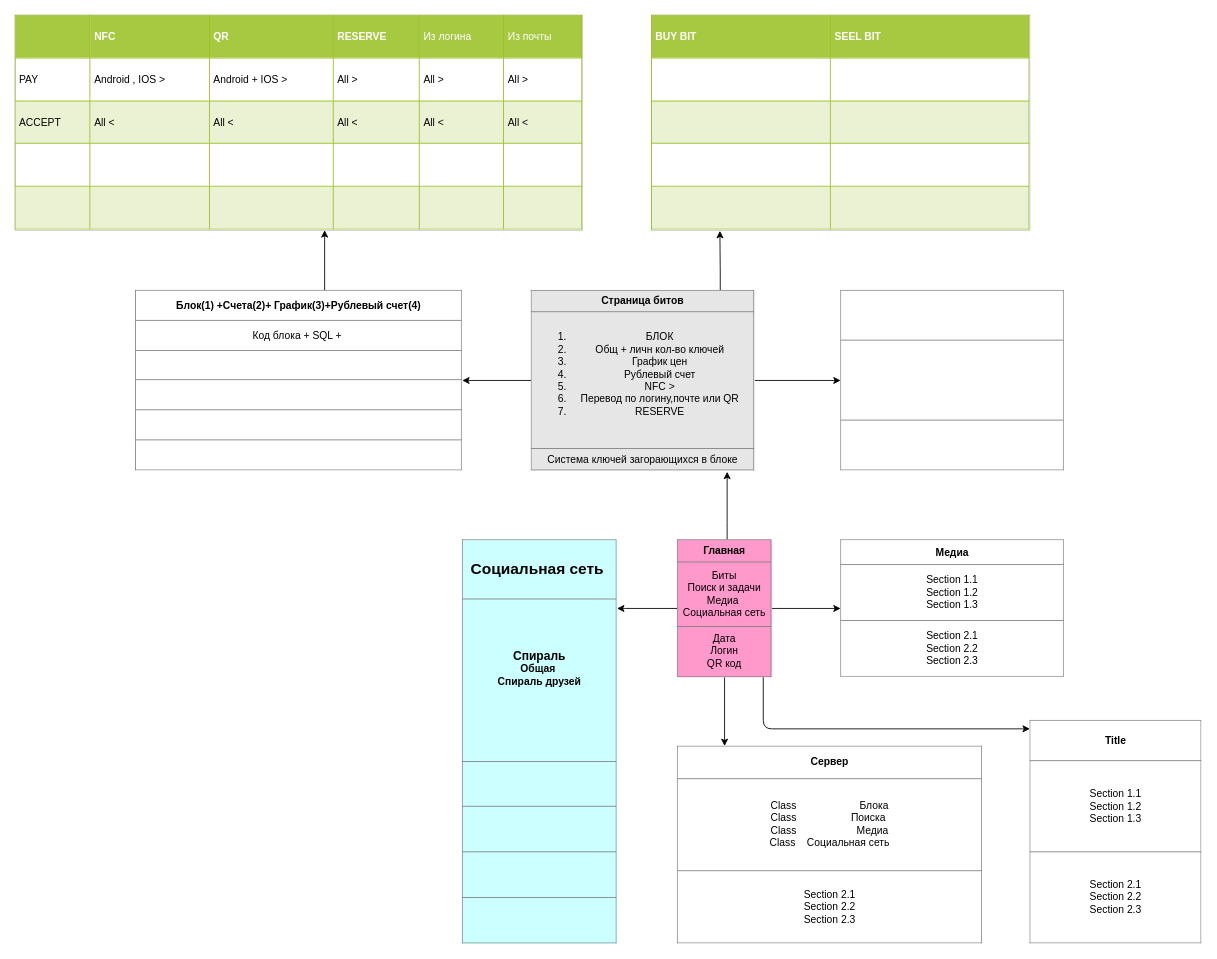
The draw.io diagram page "Page-1" (1 of 2) of Untitled Diagram.drawio in Process64/Project-Euler, before the edit. Source tidied: cells renumbered, new cells numbered last; positions are measured from the earlier drawing's top-left corner, leaving out a move shared by most shapes. Both pictures are drawn from the tidied source at 86%, with x=0, y=0 at pixel (15, 15).
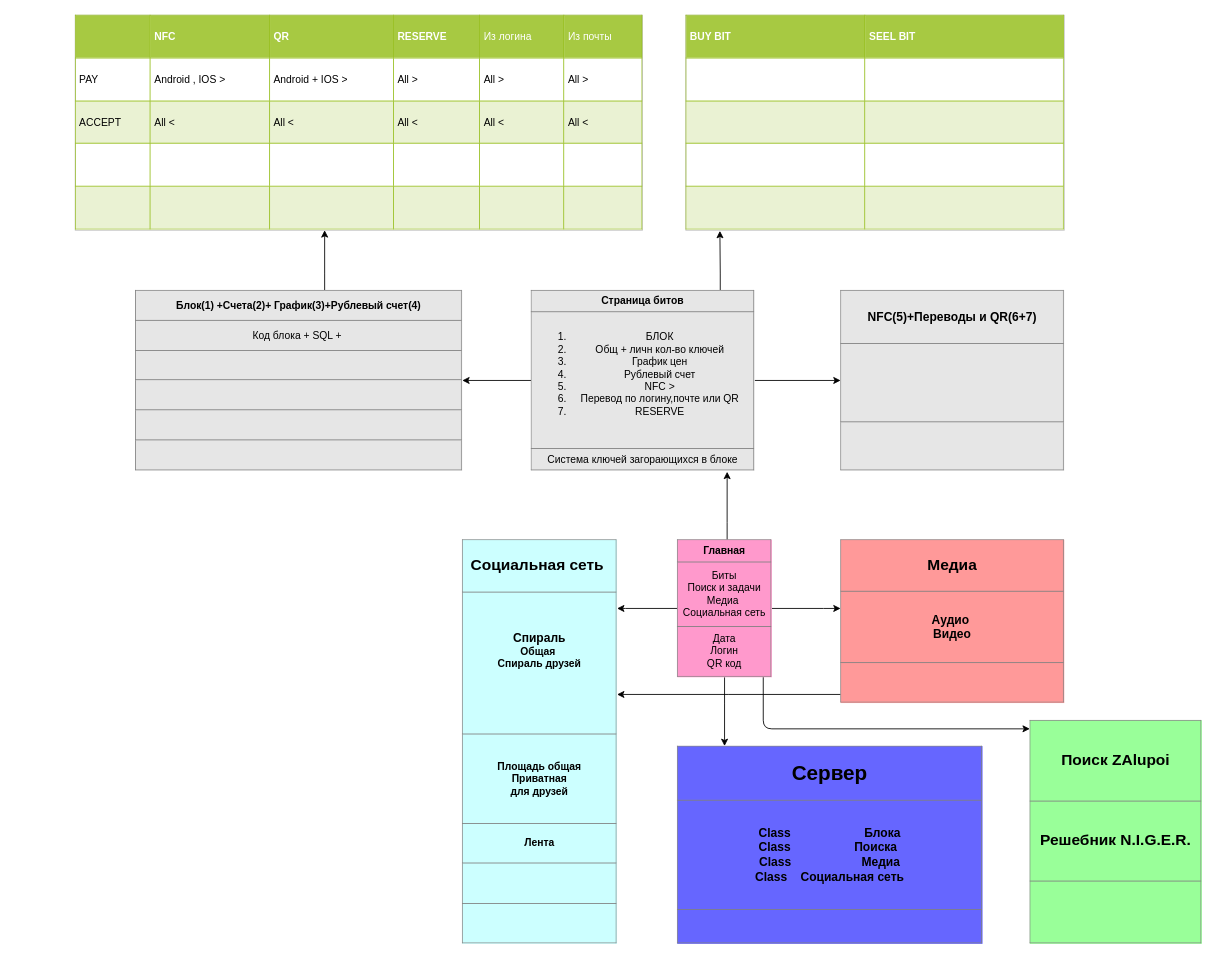
The same page after the edit.

Unchanged cells that the change refers to:
```xml
<mxCell id="6" value="&lt;table border=&quot;1&quot; width=&quot;100%&quot; cellpadding=&quot;4&quot; style=&quot;width: 100% ; height: 100% ; border-collapse: collapse&quot;&gt;&lt;tbody&gt;&lt;tr&gt;&lt;th align=&quot;center&quot;&gt;Главная&lt;/th&gt;&lt;/tr&gt;&lt;tr&gt;&lt;td align=&quot;center&quot;&gt;Биты&lt;br&gt;Поиск и задачи&lt;br&gt;Медиа&amp;nbsp;&lt;br&gt;Социальная сеть&lt;/td&gt;&lt;/tr&gt;&lt;tr&gt;&lt;td align=&quot;center&quot;&gt;Дата&lt;br&gt;Логин&lt;br&gt;QR код&lt;br&gt;&lt;/td&gt;&lt;/tr&gt;&lt;/tbody&gt;&lt;/table&gt;" style="text;html=1;strokeColor=none;fillColor=#FF99CC;overflow=fill;" parent="1" vertex="1">
  <mxGeometry x="770" y="610" width="110" height="160" as="geometry" />
</mxCell>
```

Change to the diagram source:
```diff
@@
     <mxCell id="5" style="edgeStyle=orthogonalEdgeStyle;rounded=0;jettySize=auto;html=1;fillColor=#E6E6E6;" parent="1" edge="1" source="6" target="18">
-      <mxGeometry relative="1" as="geometry" />
+      <mxGeometry relative="1" as="geometry">
+        <Array as="points">
+          <mxPoint x="940" y="690" />
+          <mxPoint x="940" y="690" />
+        </Array>
+      </mxGeometry>
     </mxCell>
@@
-    <mxCell id="11" value="&lt;table border=&quot;1&quot; width=&quot;100%&quot; cellpadding=&quot;4&quot; style=&quot;width: 100% ; height: 100% ; border-collapse: collapse&quot; align=&quot;left&quot;&gt;&lt;tbody&gt;&lt;tr&gt;&lt;th align=&quot;center&quot;&gt;&lt;br&gt;&lt;/th&gt;&lt;/tr&gt;&lt;tr&gt;&lt;td align=&quot;center&quot;&gt;&lt;div&gt;&lt;br&gt;&lt;/div&gt;&lt;br&gt;&lt;/td&gt;&lt;/tr&gt;&lt;tr&gt;&lt;td align=&quot;center&quot;&gt;&lt;br&gt;&lt;/td&gt;&lt;/tr&gt;&lt;/tbody&gt;&lt;/table&gt;" style="text;html=1;strokeColor=none;fillColor=none;overflow=fill;" parent="1" vertex="1">
+    <mxCell id="11" value="&lt;table border=&quot;1&quot; width=&quot;100%&quot; cellpadding=&quot;4&quot; style=&quot;width: 100% ; height: 100% ; border-collapse: collapse&quot; align=&quot;left&quot;&gt;&lt;tbody&gt;&lt;tr&gt;&lt;th align=&quot;center&quot;&gt;&lt;font style=&quot;font-size: 14px&quot;&gt;NFC(5)+Переводы и QR(6+7)&lt;/font&gt;&lt;/th&gt;&lt;/tr&gt;&lt;tr&gt;&lt;td align=&quot;center&quot;&gt;&lt;div&gt;&lt;br&gt;&lt;/div&gt;&lt;br&gt;&lt;/td&gt;&lt;/tr&gt;&lt;tr&gt;&lt;td align=&quot;center&quot;&gt;&lt;br&gt;&lt;/td&gt;&lt;/tr&gt;&lt;/tbody&gt;&lt;/table&gt;" style="text;html=1;strokeColor=none;fillColor=#E6E6E6;overflow=fill;" parent="1" vertex="1">
       <mxGeometry x="960" y="319.8" width="260" height="210.2" as="geometry" />
     </mxCell>
@@
-    <mxCell id="13" value="&lt;table border=&quot;1&quot; width=&quot;100%&quot; cellpadding=&quot;4&quot; style=&quot;width: 100% ; height: 100% ; border-collapse: collapse&quot;&gt;&lt;tbody&gt;&lt;tr&gt;&lt;th align=&quot;center&quot;&gt;Блок(1) +Счета(2)+ График(3)+Рублевый счет(4)&lt;/th&gt;&lt;/tr&gt;&lt;tr&gt;&lt;td align=&quot;center&quot;&gt;Код блока + SQL +&amp;nbsp;&lt;/td&gt;&lt;/tr&gt;&lt;tr&gt;&lt;td style=&quot;text-align: center&quot;&gt;&lt;br&gt;&lt;/td&gt;&lt;/tr&gt;&lt;tr&gt;&lt;td&gt;&lt;br&gt;&lt;/td&gt;&lt;/tr&gt;&lt;tr&gt;&lt;td&gt;&lt;br&gt;&lt;/td&gt;&lt;/tr&gt;&lt;tr&gt;&lt;td&gt;&lt;br&gt;&lt;/td&gt;&lt;/tr&gt;&lt;/tbody&gt;&lt;/table&gt;" style="text;html=1;strokeColor=none;fillColor=none;overflow=fill;" parent="1" vertex="1">
+    <mxCell id="13" value="&lt;table border=&quot;1&quot; width=&quot;100%&quot; cellpadding=&quot;4&quot; style=&quot;width: 100% ; height: 100% ; border-collapse: collapse&quot;&gt;&lt;tbody&gt;&lt;tr&gt;&lt;th align=&quot;center&quot;&gt;Блок(1) +Счета(2)+ График(3)+Рублевый счет(4)&lt;/th&gt;&lt;/tr&gt;&lt;tr&gt;&lt;td align=&quot;center&quot;&gt;Код блока + SQL +&amp;nbsp;&lt;/td&gt;&lt;/tr&gt;&lt;tr&gt;&lt;td style=&quot;text-align: center&quot;&gt;&lt;br&gt;&lt;/td&gt;&lt;/tr&gt;&lt;tr&gt;&lt;td&gt;&lt;br&gt;&lt;/td&gt;&lt;/tr&gt;&lt;tr&gt;&lt;td&gt;&lt;br&gt;&lt;/td&gt;&lt;/tr&gt;&lt;tr&gt;&lt;td&gt;&lt;br&gt;&lt;/td&gt;&lt;/tr&gt;&lt;/tbody&gt;&lt;/table&gt;" style="text;html=1;strokeColor=none;fillColor=#E6E6E6;overflow=fill;" parent="1" vertex="1">
       <mxGeometry x="140" y="319.8" width="380" height="210.2" as="geometry" />
     </mxCell>
-    <mxCell id="14" value="&lt;table border=&quot;1&quot; width=&quot;100%&quot; cellpadding=&quot;4&quot; style=&quot;width: 100% ; height: 100% ; border-collapse: collapse&quot;&gt;&lt;tbody&gt;&lt;tr&gt;&lt;th align=&quot;center&quot;&gt;Сервер&lt;/th&gt;&lt;/tr&gt;&lt;tr&gt;&lt;td align=&quot;center&quot;&gt;Class&amp;nbsp; &amp;nbsp; &amp;nbsp; &amp;nbsp; &amp;nbsp; &amp;nbsp; &amp;nbsp; &amp;nbsp; &amp;nbsp; &amp;nbsp; &amp;nbsp; Блока&lt;br&gt;Class&amp;nbsp; &amp;nbsp; &amp;nbsp; &amp;nbsp; &amp;nbsp; &amp;nbsp; &amp;nbsp; &amp;nbsp; &amp;nbsp; &amp;nbsp;Поиска&amp;nbsp;&lt;br&gt;Class&amp;nbsp; &amp;nbsp; &amp;nbsp; &amp;nbsp; &amp;nbsp; &amp;nbsp; &amp;nbsp; &amp;nbsp; &amp;nbsp; &amp;nbsp; &amp;nbsp;Медиа&lt;br&gt;Class&amp;nbsp; &amp;nbsp; Социальная сеть&lt;/td&gt;&lt;/tr&gt;&lt;tr&gt;&lt;td align=&quot;center&quot;&gt;Section 2.1&lt;br&gt;Section 2.2&lt;br&gt;Section 2.3&lt;/td&gt;&lt;/tr&gt;&lt;/tbody&gt;&lt;/table&gt;" style="text;html=1;strokeColor=none;fillColor=none;overflow=fill;" parent="1" vertex="1">
+    <mxCell id="14" value="&lt;table border=&quot;1&quot; width=&quot;100%&quot; cellpadding=&quot;4&quot; style=&quot;width: 100% ; height: 100% ; border-collapse: collapse&quot;&gt;&lt;tbody&gt;&lt;tr&gt;&lt;th align=&quot;center&quot;&gt;&lt;font style=&quot;font-size: 24px&quot;&gt;Сервер&lt;/font&gt;&lt;/th&gt;&lt;/tr&gt;&lt;tr&gt;&lt;td align=&quot;center&quot;&gt;&lt;font style=&quot;font-size: 14px&quot;&gt;&lt;b&gt;Class&amp;nbsp; &amp;nbsp; &amp;nbsp; &amp;nbsp; &amp;nbsp; &amp;nbsp; &amp;nbsp; &amp;nbsp; &amp;nbsp; &amp;nbsp; &amp;nbsp; Блока&lt;br&gt;Class&amp;nbsp; &amp;nbsp; &amp;nbsp; &amp;nbsp; &amp;nbsp; &amp;nbsp; &amp;nbsp; &amp;nbsp; &amp;nbsp; &amp;nbsp;Поиска&amp;nbsp;&lt;br&gt;Class&amp;nbsp; &amp;nbsp; &amp;nbsp; &amp;nbsp; &amp;nbsp; &amp;nbsp; &amp;nbsp; &amp;nbsp; &amp;nbsp; &amp;nbsp; &amp;nbsp;Медиа&lt;br&gt;Class&amp;nbsp; &amp;nbsp; Социальная сеть&lt;/b&gt;&lt;/font&gt;&lt;/td&gt;&lt;/tr&gt;&lt;tr&gt;&lt;td align=&quot;center&quot;&gt;&lt;br&gt;&lt;/td&gt;&lt;/tr&gt;&lt;/tbody&gt;&lt;/table&gt;" style="text;html=1;strokeColor=none;fillColor=#6666FF;overflow=fill;" parent="1" vertex="1">
       <mxGeometry x="770" y="850" width="355" height="230" as="geometry" />
     </mxCell>
     <mxCell id="15" value="&lt;table border=&quot;1&quot; width=&quot;100%&quot; cellpadding=&quot;4&quot; style=&quot;width: 100% ; height: 100% ; border-collapse: collapse&quot;&gt;&lt;tbody&gt;&lt;tr style=&quot;background-color: #a7c942 ; color: #ffffff ; border: 1px solid #98bf21&quot;&gt;&lt;td&gt;&lt;br&gt;&lt;/td&gt;&lt;th align=&quot;left&quot;&gt;NFC&lt;/th&gt;&lt;th align=&quot;left&quot;&gt;QR&lt;/th&gt;&lt;th align=&quot;left&quot;&gt;RESERVE&lt;/th&gt;&lt;td&gt;Из логина&lt;/td&gt;&lt;td&gt;Из почты&lt;/td&gt;&lt;/tr&gt;&lt;tr style=&quot;border: 1px solid #98bf21&quot;&gt;&lt;td&gt;PAY&lt;/td&gt;&lt;td&gt;Android , IOS &amp;gt;&lt;/td&gt;&lt;td&gt;Android + IOS &amp;gt;&lt;/td&gt;&lt;td&gt;All &amp;gt;&lt;/td&gt;&lt;td&gt;All &amp;gt;&lt;/td&gt;&lt;td&gt;All &amp;gt;&lt;br&gt;&lt;/td&gt;&lt;/tr&gt;&lt;tr style=&quot;background-color: #eaf2d3 ; border: 1px solid #98bf21&quot;&gt;&lt;td&gt;ACCEPT&lt;/td&gt;&lt;td&gt;All &amp;lt;&lt;/td&gt;&lt;td&gt;All &amp;lt;&lt;/td&gt;&lt;td&gt;All &amp;lt;&lt;/td&gt;&lt;td&gt;All &amp;lt;&lt;/td&gt;&lt;td&gt;All &amp;lt;&lt;/td&gt;&lt;/tr&gt;&lt;tr style=&quot;border: 1px solid #98bf21&quot;&gt;&lt;td&gt;&lt;br&gt;&lt;/td&gt;&lt;td&gt;&lt;br&gt;&lt;/td&gt;&lt;td&gt;&lt;br&gt;&lt;/td&gt;&lt;td&gt;&lt;br&gt;&lt;/td&gt;&lt;td&gt;&lt;br&gt;&lt;/td&gt;&lt;td&gt;&lt;br&gt;&lt;/td&gt;&lt;/tr&gt;&lt;tr style=&quot;background-color: #eaf2d3 ; border: 1px solid #98bf21&quot;&gt;&lt;td&gt;&lt;br&gt;&lt;/td&gt;&lt;td&gt;&lt;br&gt;&lt;/td&gt;&lt;td&gt;&lt;br&gt;&lt;/td&gt;&lt;td&gt;&lt;br&gt;&lt;/td&gt;&lt;td&gt;&lt;br&gt;&lt;/td&gt;&lt;td&gt;&lt;br&gt;&lt;/td&gt;&lt;/tr&gt;&lt;/tbody&gt;&lt;/table&gt;" style="text;html=1;strokeColor=#c0c0c0;fillColor=#ffffff;overflow=fill;rounded=0;" parent="1" vertex="1">
-      <mxGeometry y="0.2" width="659.6" height="250" as="geometry" />
+      <mxGeometry x="70" y="0.2" width="659.6" height="250" as="geometry" />
     </mxCell>
     <mxCell id="16" value="&lt;table border=&quot;1&quot; width=&quot;100%&quot; cellpadding=&quot;4&quot; style=&quot;width: 100% ; height: 100% ; border-collapse: collapse&quot;&gt;&lt;tbody&gt;&lt;tr style=&quot;background-color: #a7c942 ; color: #ffffff ; border: 1px solid #98bf21&quot;&gt;&lt;th align=&quot;left&quot;&gt;BUY BIT&lt;/th&gt;&lt;th align=&quot;left&quot;&gt;SEEL BIT&lt;/th&gt;&lt;/tr&gt;&lt;tr style=&quot;border: 1px solid #98bf21&quot;&gt;&lt;td&gt;&lt;br&gt;&lt;/td&gt;&lt;td&gt;&lt;br&gt;&lt;/td&gt;&lt;/tr&gt;&lt;tr style=&quot;background-color: #eaf2d3 ; border: 1px solid #98bf21&quot;&gt;&lt;td&gt;&lt;br&gt;&lt;/td&gt;&lt;td&gt;&lt;br&gt;&lt;/td&gt;&lt;/tr&gt;&lt;tr style=&quot;border: 1px solid #98bf21&quot;&gt;&lt;td&gt;&lt;br&gt;&lt;/td&gt;&lt;td&gt;&lt;br&gt;&lt;/td&gt;&lt;/tr&gt;&lt;tr style=&quot;background-color: #eaf2d3 ; border: 1px solid #98bf21&quot;&gt;&lt;td&gt;&lt;br&gt;&lt;/td&gt;&lt;td&gt;&lt;br&gt;&lt;/td&gt;&lt;/tr&gt;&lt;/tbody&gt;&lt;/table&gt;" style="text;html=1;strokeColor=#c0c0c0;fillColor=#ffffff;overflow=fill;rounded=0;" parent="1" vertex="1">
-      <mxGeometry x="740" y="0.2" width="440" height="250" as="geometry" />
+      <mxGeometry x="780" y="0.2" width="440" height="250" as="geometry" />
     </mxCell>
-    <mxCell id="17" value="&lt;table border=&quot;1&quot; width=&quot;100%&quot; cellpadding=&quot;4&quot; style=&quot;width: 100% ; height: 100% ; border-collapse: collapse&quot;&gt;&lt;tbody&gt;&lt;tr&gt;&lt;th align=&quot;center&quot;&gt;&lt;font style=&quot;font-size: 18px&quot;&gt;Социальная сеть&amp;nbsp;&lt;/font&gt;&lt;/th&gt;&lt;/tr&gt;&lt;tr&gt;&lt;td align=&quot;center&quot;&gt;&lt;b&gt;&lt;font style=&quot;font-size: 14px&quot;&gt;Спираль&lt;/font&gt;&lt;br&gt;Общая&amp;nbsp;&lt;br&gt;Спираль друзей&lt;br&gt;&lt;br&gt;&lt;br&gt;&lt;/b&gt;&lt;/td&gt;&lt;/tr&gt;&lt;tr&gt;&lt;td&gt;&lt;br&gt;&lt;/td&gt;&lt;/tr&gt;&lt;tr&gt;&lt;td&gt;&lt;br&gt;&lt;/td&gt;&lt;/tr&gt;&lt;tr&gt;&lt;td&gt;&lt;br&gt;&lt;/td&gt;&lt;/tr&gt;&lt;tr&gt;&lt;td align=&quot;center&quot;&gt;&lt;br&gt;&lt;/td&gt;&lt;/tr&gt;&lt;/tbody&gt;&lt;/table&gt;" style="text;html=1;strokeColor=none;fillColor=#CCFFFF;overflow=fill;" parent="1" vertex="1">
+    <mxCell id="17" value="&lt;table border=&quot;1&quot; width=&quot;100%&quot; cellpadding=&quot;4&quot; style=&quot;width: 100% ; height: 100% ; border-collapse: collapse&quot;&gt;&lt;tbody&gt;&lt;tr&gt;&lt;th align=&quot;center&quot;&gt;&lt;font style=&quot;font-size: 18px&quot;&gt;Социальная сеть&amp;nbsp;&lt;/font&gt;&lt;/th&gt;&lt;/tr&gt;&lt;tr&gt;&lt;td align=&quot;center&quot;&gt;&lt;b&gt;&lt;font style=&quot;font-size: 14px&quot;&gt;Спираль&lt;/font&gt;&lt;br&gt;Общая&amp;nbsp;&lt;br&gt;Спираль друзей&lt;br&gt;&lt;br&gt;&lt;br&gt;&lt;/b&gt;&lt;/td&gt;&lt;/tr&gt;&lt;tr&gt;&lt;td style=&quot;text-align: center&quot;&gt;&lt;b&gt;Площадь общая&lt;br&gt;Приватная&lt;br&gt;для друзей&lt;/b&gt;&lt;/td&gt;&lt;/tr&gt;&lt;tr&gt;&lt;td style=&quot;text-align: center&quot;&gt;&lt;b&gt;Лента&lt;/b&gt;&lt;/td&gt;&lt;/tr&gt;&lt;tr&gt;&lt;td style=&quot;text-align: center&quot;&gt;&lt;br&gt;&lt;/td&gt;&lt;/tr&gt;&lt;tr&gt;&lt;td align=&quot;center&quot;&gt;&lt;br&gt;&lt;/td&gt;&lt;/tr&gt;&lt;/tbody&gt;&lt;/table&gt;" style="text;html=1;strokeColor=none;fillColor=#CCFFFF;overflow=fill;" parent="1" vertex="1">
       <mxGeometry x="520" y="610" width="180" height="470" as="geometry" />
     </mxCell>
+    <mxCell id="21" style="edgeStyle=orthogonalEdgeStyle;rounded=0;jettySize=auto;html=1;fillColor=#E6E6E6;" parent="1" edge="1" source="18" target="17">
+      <mxGeometry relative="1" as="geometry">
+        <Array as="points">
+          <mxPoint x="830" y="790" />
+          <mxPoint x="830" y="790" />
+        </Array>
+      </mxGeometry>
+    </mxCell>
-    <mxCell id="18" value="&lt;table border=&quot;1&quot; width=&quot;100%&quot; cellpadding=&quot;4&quot; style=&quot;width: 100% ; height: 100% ; border-collapse: collapse&quot;&gt;&lt;tbody&gt;&lt;tr&gt;&lt;th align=&quot;center&quot;&gt;Медиа&lt;/th&gt;&lt;/tr&gt;&lt;tr&gt;&lt;td align=&quot;center&quot;&gt;Section 1.1&lt;br&gt;Section 1.2&lt;br&gt;Section 1.3&lt;/td&gt;&lt;/tr&gt;&lt;tr&gt;&lt;td align=&quot;center&quot;&gt;Section 2.1&lt;br&gt;Section 2.2&lt;br&gt;Section 2.3&lt;/td&gt;&lt;/tr&gt;&lt;/tbody&gt;&lt;/table&gt;" style="text;html=1;strokeColor=none;fillColor=none;overflow=fill;" parent="1" vertex="1">
-      <mxGeometry x="960" y="610" width="260" height="160" as="geometry" />
+    <mxCell id="18" value="&lt;table border=&quot;1&quot; width=&quot;100%&quot; cellpadding=&quot;4&quot; style=&quot;width: 100% ; height: 100% ; border-collapse: collapse&quot;&gt;&lt;tbody&gt;&lt;tr&gt;&lt;th align=&quot;center&quot;&gt;&lt;font style=&quot;font-size: 18px&quot;&gt;Медиа&lt;/font&gt;&lt;/th&gt;&lt;/tr&gt;&lt;tr&gt;&lt;td align=&quot;center&quot;&gt;&lt;font style=&quot;font-size: 14px&quot;&gt;&lt;b&gt;Аудио&amp;nbsp;&lt;br&gt;Видео&lt;br&gt;&lt;/b&gt;&lt;/font&gt;&lt;/td&gt;&lt;/tr&gt;&lt;tr&gt;&lt;td align=&quot;center&quot;&gt;&lt;br&gt;&lt;/td&gt;&lt;/tr&gt;&lt;/tbody&gt;&lt;/table&gt;" style="text;html=1;strokeColor=none;fillColor=#FF9999;overflow=fill;" parent="1" vertex="1">
+      <mxGeometry x="960" y="610" width="260" height="190" as="geometry" />
     </mxCell>
@@
-    <mxCell id="20" value="&lt;table border=&quot;1&quot; width=&quot;100%&quot; height=&quot;100%&quot; cellpadding=&quot;4&quot; style=&quot;width:100%;height:100%;border-collapse:collapse;&quot;&gt;&lt;tr&gt;&lt;th align=&quot;center&quot;&gt;&lt;b&gt;Title&lt;/b&gt;&lt;/th&gt;&lt;/tr&gt;&lt;tr&gt;&lt;td align=&quot;center&quot;&gt;Section 1.1&#10;Section 1.2&#10;Section 1.3&lt;/td&gt;&lt;/tr&gt;&lt;tr&gt;&lt;td align=&quot;center&quot;&gt;Section 2.1&#10;Section 2.2&#10;Section 2.3&lt;/td&gt;&lt;/tr&gt;&lt;/table&gt;" style="text;html=1;strokeColor=none;fillColor=none;overflow=fill;" parent="1" vertex="1">
+    <mxCell id="20" value="&lt;table border=&quot;1&quot; width=&quot;100%&quot; cellpadding=&quot;4&quot; style=&quot;width: 100% ; height: 100% ; border-collapse: collapse&quot;&gt;&lt;tbody&gt;&lt;tr&gt;&lt;th align=&quot;center&quot;&gt;&lt;font style=&quot;font-size: 18px&quot;&gt;Поиск ZAlupoi&lt;/font&gt;&lt;/th&gt;&lt;/tr&gt;&lt;tr&gt;&lt;td align=&quot;center&quot;&gt;&lt;font style=&quot;font-size: 18px&quot;&gt;&lt;b&gt;Решебник N.I.G.E.R.&lt;/b&gt;&lt;/font&gt;&lt;/td&gt;&lt;/tr&gt;&lt;tr&gt;&lt;td align=&quot;center&quot;&gt;&lt;br&gt;&lt;/td&gt;&lt;/tr&gt;&lt;/tbody&gt;&lt;/table&gt;" style="text;html=1;strokeColor=none;fillColor=#99FF99;overflow=fill;" parent="1" vertex="1">
       <mxGeometry x="1180" y="820" width="200" height="260" as="geometry" />
     </mxCell>
```
